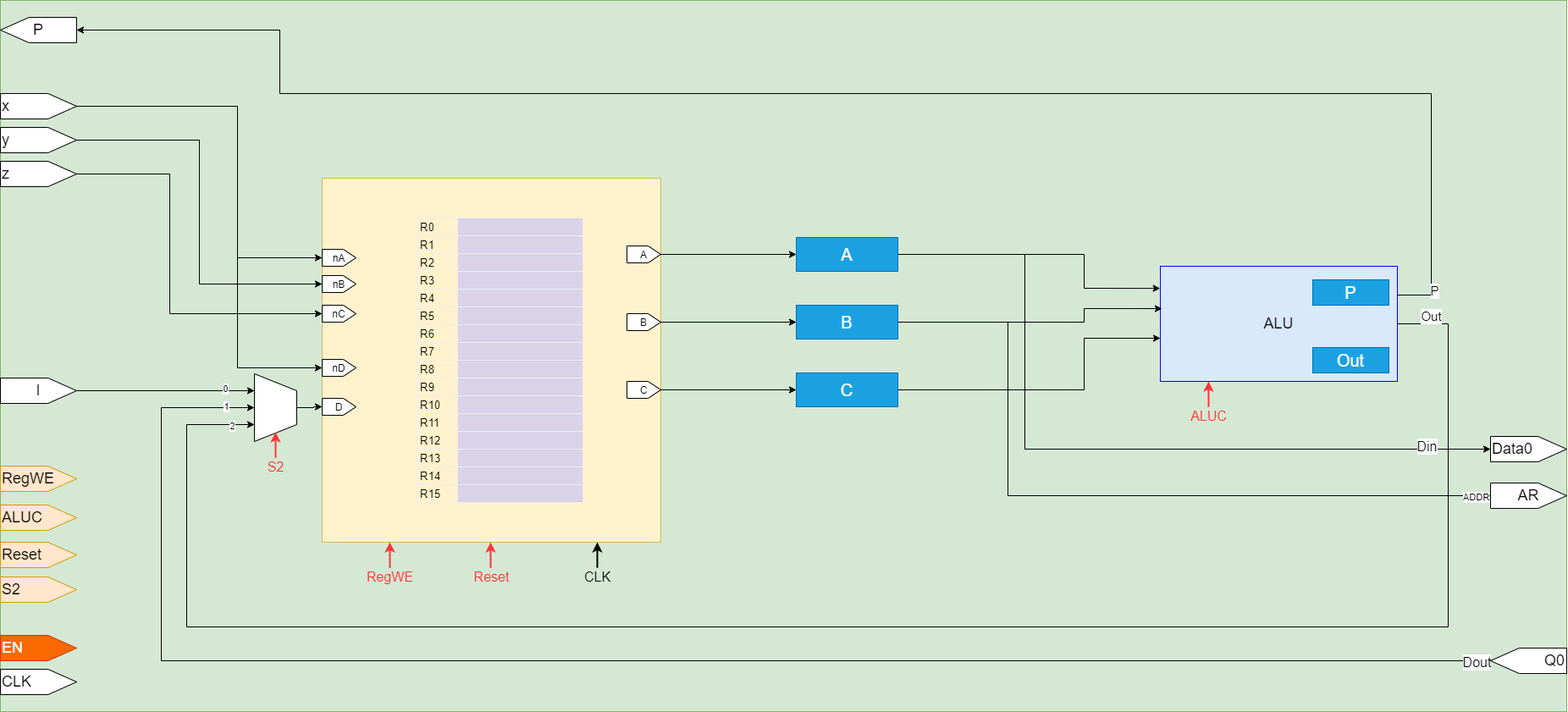
shehanmunasinghe/tinyGPU keeps this draw.io diagram as docs/images/SPCore.png. Above is the earlier version. Source tidied: cells renumbered, new cells last; positions are measured from the earlier drawing's top-left corner, leaving out a move shared by most shapes.
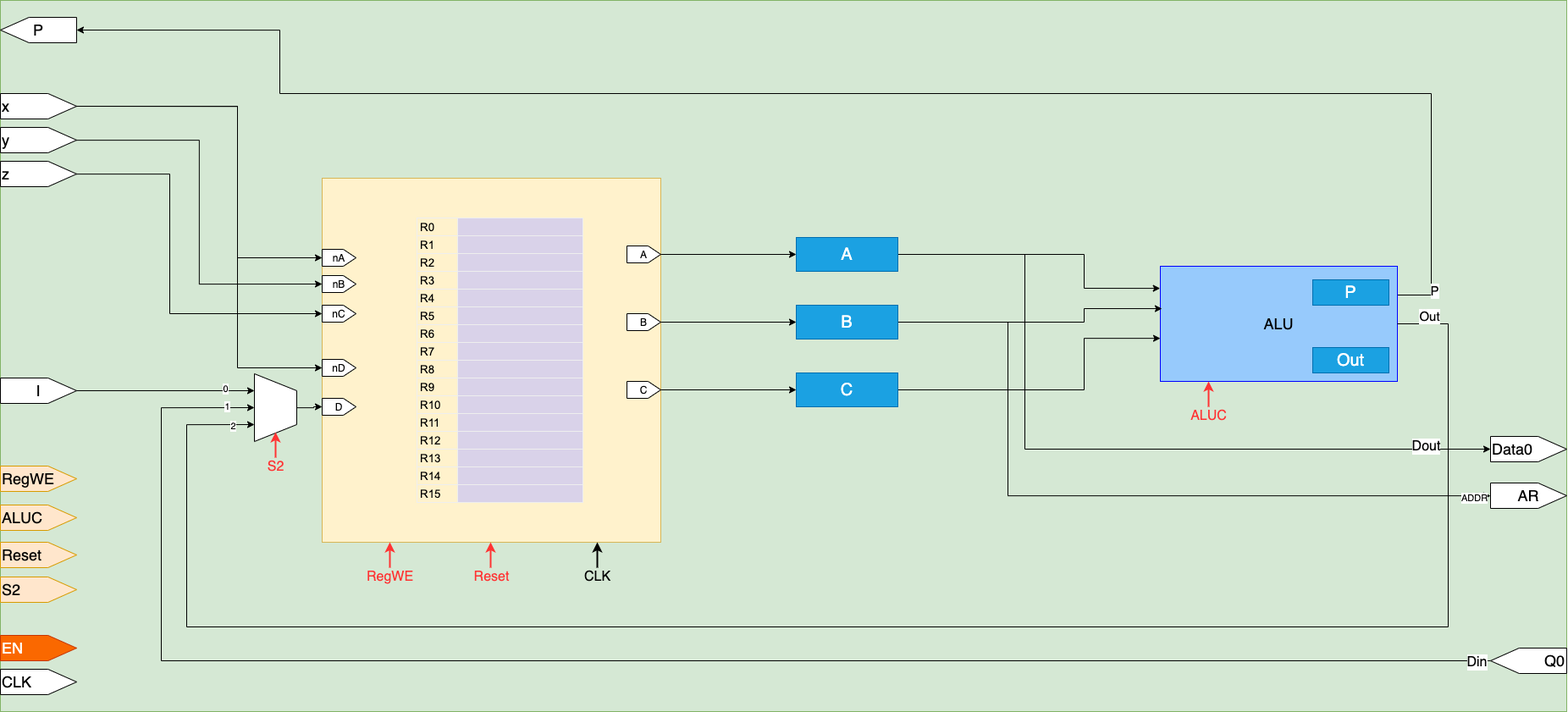
Above is the later version.

What changed in the source:
```diff
@@ -53,7 +53,7 @@
         <mxPoint x="5" y="-11" as="offset" />
       </mxGeometry>
     </mxCell>
-    <mxCell id="16" value="&lt;font style=&quot;font-size: 18px&quot;&gt;ALU&lt;/font&gt;" style="rounded=0;whiteSpace=wrap;html=1;fillColor=#dae8fc;strokeColor=#0000FF;" parent="1" vertex="1">
+    <mxCell id="16" value="&lt;font style=&quot;font-size: 18px&quot;&gt;ALU&lt;/font&gt;" style="rounded=0;whiteSpace=wrap;html=1;strokeColor=#0000FF;fillColor=#97CAFC;" parent="1" vertex="1">
       <mxGeometry x="1370" y="314" width="280" height="136" as="geometry" />
     </mxCell>
     <mxCell id="17" style="edgeStyle=orthogonalEdgeStyle;rounded=0;jettySize=auto;html=1;entryX=0.007;entryY=0.368;entryDx=0;entryDy=0;entryPerimeter=0;exitX=1;exitY=0.5;exitDx=0;exitDy=0;" parent="1" edge="1" source="60" target="16">
@@ -80,7 +80,7 @@
         </Array>
       </mxGeometry>
     </mxCell>
-    <mxCell id="20" value="&lt;span style=&quot;font-size: 16px&quot;&gt;Dout&lt;/span&gt;" style="edgeLabel;html=1;align=center;verticalAlign=middle;" parent="19" vertex="1">
+    <mxCell id="20" value="&lt;span style=&quot;font-size: 16px&quot;&gt;Din&lt;/span&gt;" style="edgeLabel;html=1;align=center;verticalAlign=middle;" parent="19" vertex="1">
       <mxGeometry x="-0.98" y="1" relative="1" as="geometry" />
     </mxCell>
     <mxCell id="21" value="1" style="edgeLabel;html=1;align=center;verticalAlign=middle;" parent="19" vertex="1">
@@ -214,7 +214,7 @@
         </Array>
       </mxGeometry>
     </mxCell>
-    <mxCell id="51" value="&lt;font style=&quot;font-size: 16px&quot;&gt;Din&lt;/font&gt;" style="edgeLabel;html=1;align=center;verticalAlign=middle;" parent="50" vertex="1">
+    <mxCell id="51" value="&lt;font style=&quot;font-size: 16px&quot;&gt;Dout&lt;/font&gt;" style="edgeLabel;html=1;align=center;verticalAlign=middle;" parent="50" vertex="1">
       <mxGeometry x="0.83" y="4" relative="1" as="geometry">
         <mxPoint x="1" as="offset" />
       </mxGeometry>
```
